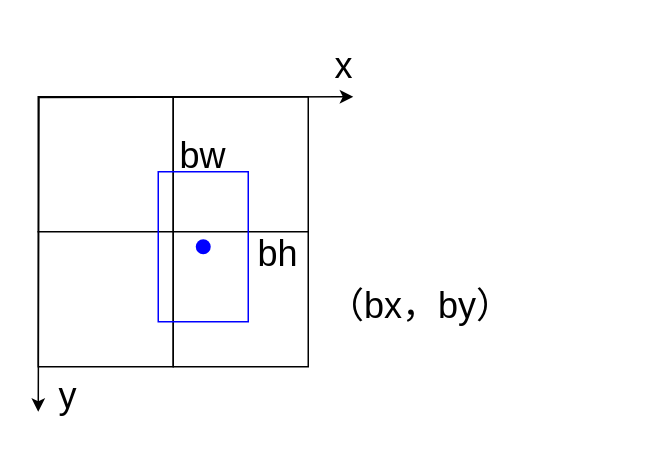
Above: page "第 5 页" (1 of 7) of Untitled Diagram.drawio in RyougiShki/hhhh (draw.io), before the change. Source tidied: cells renumbered, new cells numbered last; positions are measured from the earlier drawing's top-left corner, leaving out a move shared by most shapes. Both pictures are drawn from the tidied source at 150%, with x=0, y=0 at pixel (38, 51).
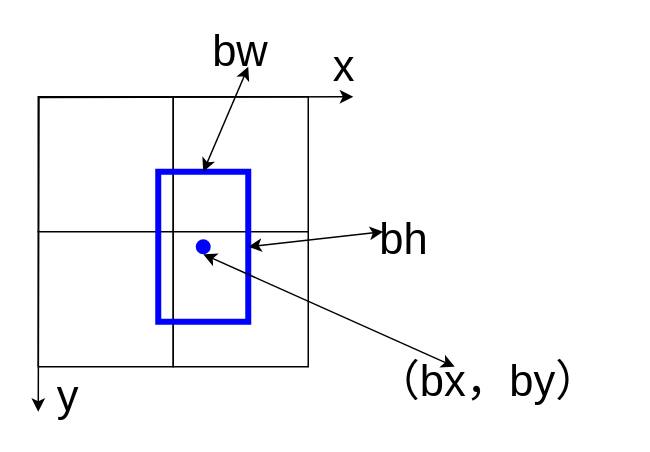
Above is the later version.

Change to the diagram source:
```diff
@@
 <mxGraphModel>
   <root>
     <mxCell id="0" />
     <mxCell id="1" parent="0" />
     <mxCell id="2" style="whiteSpace=wrap;html=1;" parent="1" vertex="1">
       <mxGeometry y="30" width="90" height="90" as="geometry" />
     </mxCell>
     <mxCell id="3" style="whiteSpace=wrap;html=1;" parent="1" vertex="1">
       <mxGeometry x="90" y="30" width="90" height="90" as="geometry" />
     </mxCell>
     <mxCell id="4" style="whiteSpace=wrap;html=1;" parent="1" vertex="1">
       <mxGeometry y="120" width="90" height="90" as="geometry" />
     </mxCell>
     <mxCell id="5" style="whiteSpace=wrap;html=1;" parent="1" vertex="1">
       <mxGeometry x="90" y="120" width="90" height="90" as="geometry" />
     </mxCell>
     <mxCell id="6" style="endArrow=classic;startArrow=classic;html=1;rounded=0;edgeStyle=orthogonalEdgeStyle;" parent="1" edge="1">
       <mxGeometry relative="1" as="geometry">
         <mxPoint x="210" y="30" as="sourcePoint" />
         <mxPoint y="240" as="targetPoint" />
       </mxGeometry>
     </mxCell>
-    <mxCell id="7" style="rounded=0;whiteSpace=wrap;html=1;strokeColor=#0000FF;shadow=0;sketch=0;glass=0;fillColor=none;" parent="1" vertex="1">
+    <mxCell id="7" style="rounded=0;whiteSpace=wrap;html=1;strokeColor=#0000FF;shadow=0;sketch=0;glass=0;fillColor=none;strokeWidth=4;" parent="1" vertex="1">
       <mxGeometry x="80" y="80" width="60" height="100" as="geometry" />
     </mxCell>
-    <mxCell id="8" value="&lt;font style=&quot;font-size: 24px&quot;&gt;x&lt;/font&gt;" style="text;html=1;strokeColor=none;fillColor=none;align=center;verticalAlign=middle;whiteSpace=wrap;rounded=0;shadow=0;glass=0;sketch=0;" parent="1" vertex="1">
+    <mxCell id="8" value="&lt;font style=&quot;font-size: 29px&quot;&gt;x&lt;/font&gt;" style="text;html=1;strokeColor=none;fillColor=none;align=center;verticalAlign=middle;whiteSpace=wrap;rounded=0;shadow=0;glass=0;sketch=0;" parent="1" vertex="1">
       <mxGeometry x="184" width="40" height="20" as="geometry" />
     </mxCell>
-    <mxCell id="9" value="&lt;font style=&quot;font-size: 24px&quot;&gt;y&lt;/font&gt;" style="text;html=1;strokeColor=none;fillColor=none;align=center;verticalAlign=middle;whiteSpace=wrap;rounded=0;shadow=0;glass=0;sketch=0;" parent="1" vertex="1">
+    <mxCell id="9" value="&lt;font style=&quot;font-size: 29px&quot;&gt;y&lt;/font&gt;" style="text;html=1;strokeColor=none;fillColor=none;align=center;verticalAlign=middle;whiteSpace=wrap;rounded=0;shadow=0;glass=0;sketch=0;" parent="1" vertex="1">
       <mxGeometry y="220" width="40" height="20" as="geometry" />
     </mxCell>
     <mxCell id="10" style="shape=ellipse;html=1;rounded=0;shadow=0;glass=0;sketch=0;strokeColor=none;fillColor=#0000FF;" parent="1" vertex="1">
       <mxGeometry x="105" y="125" width="10" height="10" as="geometry" />
     </mxCell>
-    <mxCell id="11" value="&lt;font style=&quot;font-size: 24px&quot;&gt;（bx，by）&lt;/font&gt;" style="text;html=1;strokeColor=none;fillColor=none;align=center;verticalAlign=middle;whiteSpace=wrap;rounded=0;shadow=0;glass=0;sketch=0;" parent="1" vertex="1">
-      <mxGeometry x="190" y="160" width="130" height="20" as="geometry" />
+    <mxCell id="11" value="&lt;font style=&quot;font-size: 29px&quot;&gt;（bx，by）&lt;/font&gt;" style="text;html=1;strokeColor=none;fillColor=none;align=center;verticalAlign=middle;whiteSpace=wrap;rounded=0;shadow=0;glass=0;sketch=0;" parent="1" vertex="1">
+      <mxGeometry x="210" y="210" width="180" height="20" as="geometry" />
     </mxCell>
-    <mxCell id="12" value="&lt;font style=&quot;font-size: 24px&quot;&gt;bw&lt;/font&gt;" style="text;html=1;strokeColor=none;fillColor=none;align=center;verticalAlign=middle;whiteSpace=wrap;rounded=0;shadow=0;glass=0;sketch=0;" parent="1" vertex="1">
-      <mxGeometry x="90" y="60" width="40" height="20" as="geometry" />
+    <mxCell id="12" value="&lt;font style=&quot;font-size: 29px&quot;&gt;bw&lt;/font&gt;" style="text;html=1;strokeColor=none;fillColor=none;align=center;verticalAlign=middle;whiteSpace=wrap;rounded=0;shadow=0;glass=0;sketch=0;" parent="1" vertex="1">
+      <mxGeometry x="115" y="-10" width="40" height="20" as="geometry" />
     </mxCell>
-    <mxCell id="13" value="&lt;font style=&quot;font-size: 24px&quot;&gt;bh&lt;/font&gt;" style="text;html=1;strokeColor=none;fillColor=none;align=center;verticalAlign=middle;whiteSpace=wrap;rounded=0;shadow=0;glass=0;sketch=0;" parent="1" vertex="1">
-      <mxGeometry x="140" y="125" width="40" height="20" as="geometry" />
+    <mxCell id="13" value="&lt;font style=&quot;font-size: 29px&quot;&gt;bh&lt;/font&gt;" style="text;html=1;strokeColor=none;fillColor=none;align=center;verticalAlign=middle;whiteSpace=wrap;rounded=0;shadow=0;glass=0;sketch=0;" parent="1" vertex="1">
+      <mxGeometry x="224" y="115" width="40" height="20" as="geometry" />
     </mxCell>
+    <mxCell id="14" style="endArrow=classic;startArrow=classic;html=1;exitX=0.5;exitY=1;exitDx=0;exitDy=0;" parent="1" edge="1" source="10" target="11">
+      <mxGeometry relative="1" as="geometry" />
+    </mxCell>
+    <mxCell id="15" style="endArrow=classic;startArrow=classic;html=1;exitX=0.5;exitY=0;exitDx=0;exitDy=0;" parent="1" edge="1" source="7">
+      <mxGeometry relative="1" as="geometry">
+        <mxPoint x="140" y="10" as="targetPoint" />
+      </mxGeometry>
+    </mxCell>
+    <mxCell id="16" style="endArrow=classic;startArrow=classic;html=1;exitX=1;exitY=0.5;exitDx=0;exitDy=0;" parent="1" edge="1" source="7">
+      <mxGeometry relative="1" as="geometry">
+        <mxPoint x="230" y="120" as="targetPoint" />
+      </mxGeometry>
+    </mxCell>
   </root>
 </mxGraphModel>
```
